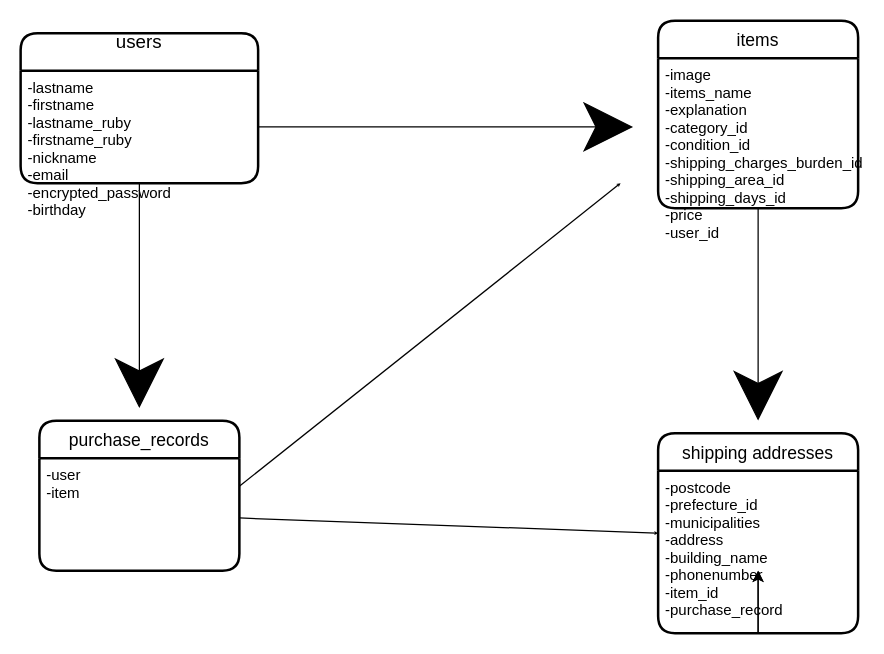
Before: test.dio in soyoshimoto/furima-37350, a draw.io diagram. Source tidied: cells renumbered, new cells numbered last; positions are measured from the earlier drawing's top-left corner, leaving out a move shared by most shapes. Both pictures are drawn from the tidied source at 125%, with x=0, y=0 at pixel (20, 20).
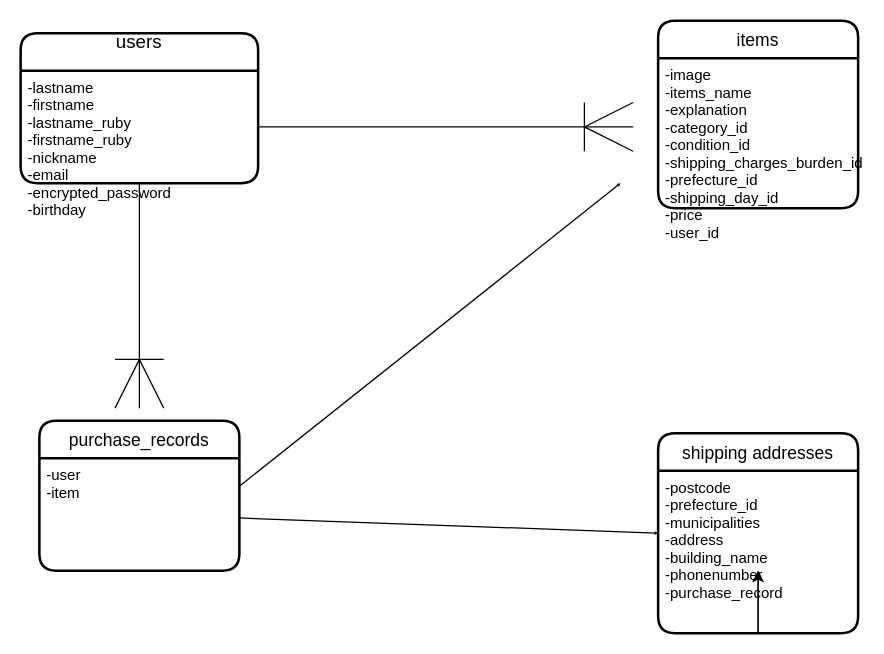
After the change.

The change refers to these unchanged cells:
```xml
<mxCell id="3" value="-lastname&#10;-firstname&#10;-lastname_ruby&#10;-firstname_ruby&#10;-nickname&#10;-email&#10;-encrypted_password&#10;-birthday" style="align=left;strokeColor=none;fillColor=none;spacingLeft=4;fontSize=12;verticalAlign=top;" parent="2" vertex="1">
  <mxGeometry y="30" width="190" height="90" as="geometry" />
</mxCell>
<mxCell id="4" value="items" style="swimlane;horizontal=1;startSize=30;rounded=1;fontSize=14;fontStyle=0;strokeWidth=2;shadow=0;dashed=0;align=center;" parent="1" vertex="1">
  <mxGeometry x="510" width="160" height="150" as="geometry" />
</mxCell>
<mxCell id="8" value="shipping addresses" style="swimlane;horizontal=1;startSize=30;rounded=1;fontSize=14;fontStyle=0;strokeWidth=2;shadow=0;dashed=0;align=center;" parent="1" vertex="1">
  <mxGeometry x="510" y="330" width="160" height="160" as="geometry" />
</mxCell>
```

What changed in the source:
```diff
@@
-    <mxCell id="5" value="-image&#10;-items_name&#10;-explanation&#10;-category_id&#10;-condition_id&#10;-shipping_charges_burden_id&#10;-shipping_area_id&#10;-shipping_days_id&#10;-price&#10;-user_id" style="align=left;strokeColor=none;fillColor=none;spacingLeft=4;fontSize=12;verticalAlign=top;" parent="4" vertex="1">
+    <mxCell id="5" value="-image&#10;-items_name&#10;-explanation&#10;-category_id&#10;-condition_id&#10;-shipping_charges_burden_id&#10;-prefecture_id&#10;-shipping_day_id&#10;-price&#10;-user_id" style="align=left;strokeColor=none;fillColor=none;spacingLeft=4;fontSize=12;verticalAlign=top;" parent="4" vertex="1">
       <mxGeometry y="30" width="160" height="120" as="geometry" />
     </mxCell>
@@
-    <mxCell id="9" value="-postcode&#10;-prefecture_id&#10;-municipalities&#10;-address&#10;-building_name&#10;-phonenumber&#10;-item_id&#10;-purchase_record&#10;" style="align=left;strokeColor=none;fillColor=none;spacingLeft=4;fontSize=12;verticalAlign=top;" parent="8" vertex="1">
+    <mxCell id="9" value="-postcode&#10;-prefecture_id&#10;-municipalities&#10;-address&#10;-building_name&#10;-phonenumber&#10;-purchase_record&#10;" style="align=left;strokeColor=none;fillColor=none;spacingLeft=4;fontSize=12;verticalAlign=top;" parent="8" vertex="1">
       <mxGeometry y="30" width="160" height="130" as="geometry" />
     </mxCell>
@@
-    <mxCell id="12" style="edgeStyle=none;html=1;fontSize=15;endSize=37;" parent="1" edge="1" source="3">
+    <mxCell id="12" style="edgeStyle=none;html=1;fontSize=15;endSize=37;endArrow=ERoneToMany;endFill=0;" parent="1" edge="1" source="3">
       <mxGeometry relative="1" as="geometry">
         <mxPoint x="490" y="85" as="targetPoint" />
       </mxGeometry>
     </mxCell>
-    <mxCell id="13" style="edgeStyle=none;html=1;fontSize=15;endSize=37;" parent="1" edge="1" source="5">
-      <mxGeometry relative="1" as="geometry">
-        <mxPoint x="590" y="320" as="targetPoint" />
-      </mxGeometry>
-    </mxCell>
-    <mxCell id="14" style="edgeStyle=none;html=1;fontSize=15;endSize=37;" parent="1" edge="1" source="3">
+    <mxCell id="14" style="edgeStyle=none;html=1;fontSize=15;endSize=37;endArrow=ERoneToMany;endFill=0;" parent="1" edge="1" source="3">
       <mxGeometry relative="1" as="geometry">
         <mxPoint x="95" y="310" as="targetPoint" />
       </mxGeometry>
     </mxCell>
```
